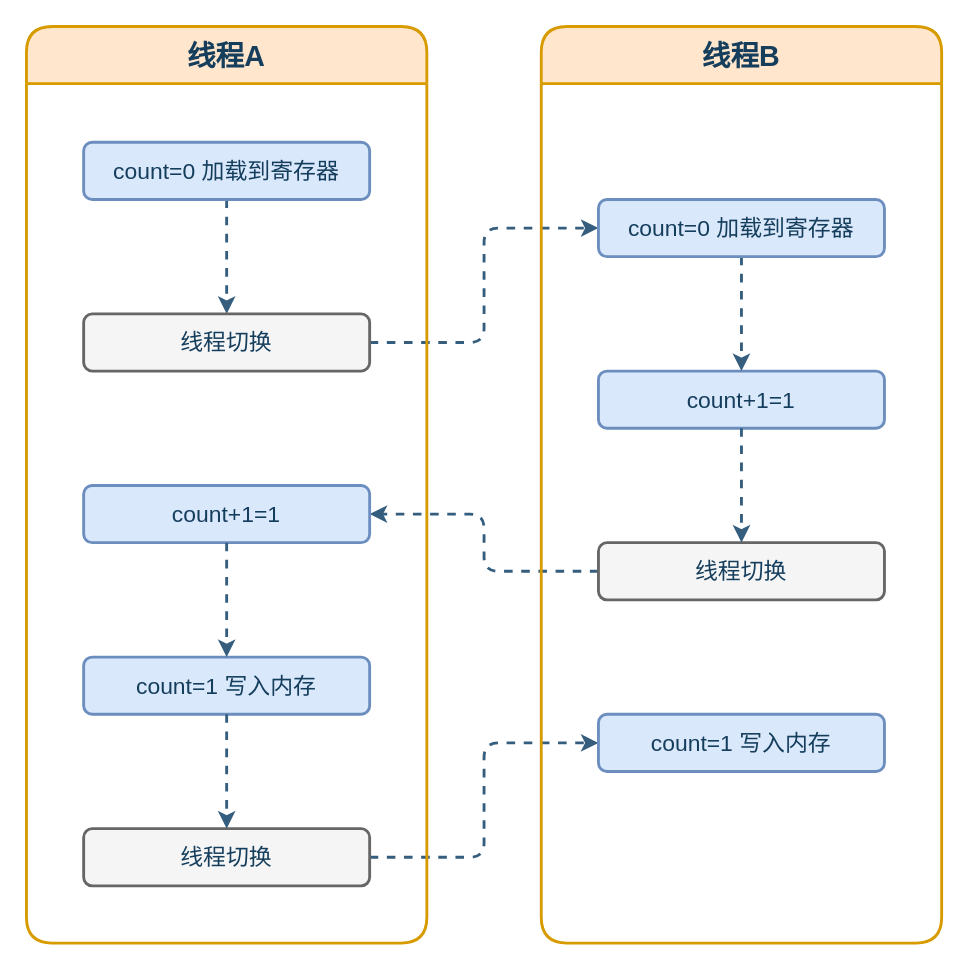
This is page "多线程执行" (4 of 4) of assets/Java/JavaCore/并发/Java并发之线程.drawio from dunwu/waterdrop, a draw.io file, before an edit. Source tidied: cells renumbered, new cells numbered last; positions are measured from the earlier drawing's top-left corner, leaving out a move shared by most shapes. Both pictures are drawn from the tidied source at 143%, with x=0, y=0 at pixel (26, 26).
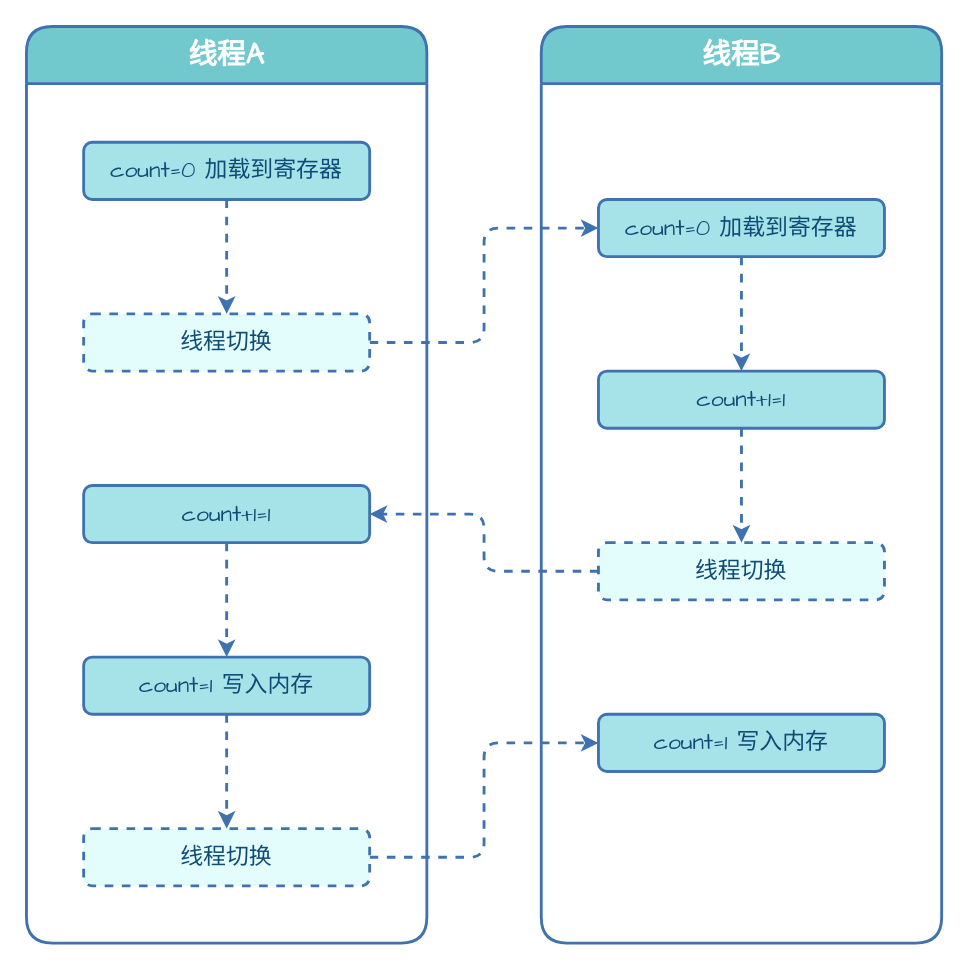
Above is the later version.

The edit, as a diff of the source:
```diff
@@
-    <mxCell id="2" style="edgeStyle=orthogonalEdgeStyle;shape=connector;rounded=0;jettySize=auto;html=1;entryX=0.5;entryY=0;entryDx=0;entryDy=0;dashed=1;labelBackgroundColor=default;strokeColor=#355E7E;strokeWidth=2;align=center;verticalAlign=middle;fontFamily=Helvetica;fontSize=11;fontColor=#153E5D;startArrow=none;startFill=0;endArrow=classic;" parent="1" edge="1" source="3" target="6">
+    <mxCell id="2" style="edgeStyle=orthogonalEdgeStyle;shape=connector;rounded=0;jettySize=auto;html=1;entryX=0.5;entryY=0;entryDx=0;entryDy=0;dashed=1;labelBackgroundColor=default;strokeColor=#3F72AF;strokeWidth=2;align=center;verticalAlign=middle;fontFamily=Comic Sans MS;fontSize=11;fontColor=#0F4C75;startArrow=none;startFill=0;endArrow=classic;" parent="1" edge="1" source="3" target="6">
       <mxGeometry relative="1" as="geometry" />
     </mxCell>
-    <mxCell id="3" value="count=0 加载到寄存器" style="rounded=1;whiteSpace=wrap;html=1;hachureGap=4;strokeColor=#6c8ebf;fontFamily=Helvetica;fontSize=16;fillColor=#dae8fc;fontStyle=0;shadow=0;strokeWidth=2;fontColor=#153E5D;" parent="1" vertex="1">
+    <mxCell id="3" value="count=0 加载到寄存器" style="rounded=1;whiteSpace=wrap;html=1;hachureGap=4;strokeColor=#3F72AF;fontFamily=Comic Sans MS;fontSize=16;fillColor=#A6E3E9;fontStyle=0;shadow=0;strokeWidth=2;fontColor=#0F4C75;" parent="1" vertex="1">
       <mxGeometry x="40" y="81" width="200" height="40" as="geometry" />
     </mxCell>
-    <mxCell id="4" style="edgeStyle=orthogonalEdgeStyle;rounded=0;orthogonalLoop=1;jettySize=auto;html=1;exitX=0.5;exitY=1;exitDx=0;exitDy=0;fontColor=#153E5D;fontFamily=Helvetica;strokeWidth=2;" parent="1" edge="1">
+    <mxCell id="4" style="edgeStyle=orthogonalEdgeStyle;rounded=0;orthogonalLoop=1;jettySize=auto;html=1;exitX=0.5;exitY=1;exitDx=0;exitDy=0;fontColor=#0F4C75;fontFamily=Comic Sans MS;strokeWidth=2;strokeColor=#3F72AF;" parent="1" edge="1">
       <mxGeometry relative="1" as="geometry">
         <mxPoint x="300" y="361" as="sourcePoint" />
         <mxPoint x="300" y="361" as="targetPoint" />
       </mxGeometry>
     </mxCell>
-    <mxCell id="5" style="edgeStyle=orthogonalEdgeStyle;shape=connector;rounded=1;jettySize=auto;html=1;entryX=0;entryY=0.5;entryDx=0;entryDy=0;dashed=1;labelBackgroundColor=default;strokeColor=#355E7E;strokeWidth=2;align=center;verticalAlign=middle;fontFamily=Helvetica;fontSize=11;fontColor=#153E5D;startArrow=none;startFill=0;endArrow=classic;" parent="1" edge="1" source="6" target="21">
+    <mxCell id="5" style="edgeStyle=orthogonalEdgeStyle;shape=connector;rounded=1;jettySize=auto;html=1;entryX=0;entryY=0.5;entryDx=0;entryDy=0;dashed=1;labelBackgroundColor=default;strokeColor=#3F72AF;strokeWidth=2;align=center;verticalAlign=middle;fontFamily=Comic Sans MS;fontSize=11;fontColor=#0F4C75;startArrow=none;startFill=0;endArrow=classic;" parent="1" edge="1" source="6" target="21">
       <mxGeometry relative="1" as="geometry" />
     </mxCell>
-    <mxCell id="6" value="线程切换" style="rounded=1;whiteSpace=wrap;html=1;hachureGap=4;strokeColor=#666666;fontFamily=Helvetica;fontSize=16;fillColor=#f5f5f5;fontStyle=0;shadow=0;fontColor=#153E5D;strokeWidth=2;" parent="1" vertex="1">
+    <mxCell id="6" value="线程切换" style="rounded=1;whiteSpace=wrap;html=1;hachureGap=4;strokeColor=#3F72AF;fontFamily=Comic Sans MS;fontSize=16;fillColor=#E3FDFD;fontStyle=0;shadow=0;fontColor=#0F4C75;strokeWidth=2;dashed=1;" parent="1" vertex="1">
       <mxGeometry x="40" y="201" width="200" height="40" as="geometry" />
     </mxCell>
-    <mxCell id="7" style="edgeStyle=orthogonalEdgeStyle;shape=connector;rounded=1;jettySize=auto;html=1;entryX=1;entryY=0.5;entryDx=0;entryDy=0;dashed=1;labelBackgroundColor=default;strokeColor=#355E7E;strokeWidth=2;align=center;verticalAlign=middle;fontFamily=Helvetica;fontSize=11;fontColor=#153E5D;startArrow=none;startFill=0;endArrow=classic;" parent="1" edge="1" source="19" target="10">
+    <mxCell id="7" style="edgeStyle=orthogonalEdgeStyle;shape=connector;rounded=1;jettySize=auto;html=1;entryX=1;entryY=0.5;entryDx=0;entryDy=0;dashed=1;labelBackgroundColor=default;strokeColor=#3F72AF;strokeWidth=2;align=center;verticalAlign=middle;fontFamily=Comic Sans MS;fontSize=11;fontColor=#0F4C75;startArrow=none;startFill=0;endArrow=classic;" parent="1" edge="1" source="19" target="10">
       <mxGeometry relative="1" as="geometry" />
     </mxCell>
-    <mxCell id="8" style="edgeStyle=orthogonalEdgeStyle;shape=connector;rounded=1;jettySize=auto;html=1;dashed=1;labelBackgroundColor=default;strokeColor=#355E7E;strokeWidth=2;align=center;verticalAlign=middle;fontFamily=Helvetica;fontSize=11;fontColor=#153E5D;startArrow=none;startFill=0;endArrow=classic;entryX=0;entryY=0.5;entryDx=0;entryDy=0;" parent="1" edge="1" source="13" target="18">
+    <mxCell id="8" style="edgeStyle=orthogonalEdgeStyle;shape=connector;rounded=1;jettySize=auto;html=1;dashed=1;labelBackgroundColor=default;strokeColor=#3F72AF;strokeWidth=2;align=center;verticalAlign=middle;fontFamily=Comic Sans MS;fontSize=11;fontColor=#0F4C75;startArrow=none;startFill=0;endArrow=classic;entryX=0;entryY=0.5;entryDx=0;entryDy=0;" parent="1" edge="1" source="13" target="18">
       <mxGeometry relative="1" as="geometry" />
     </mxCell>
-    <mxCell id="9" value="线程A" style="swimlane;whiteSpace=wrap;html=1;fontFamily=Helvetica;fontSize=20;fillColor=#ffe6cc;strokeColor=#d79b00;startSize=40;strokeWidth=2;fontColor=#153E5D;rounded=1;" parent="1" vertex="1">
+    <mxCell id="9" value="线程A" style="swimlane;whiteSpace=wrap;html=1;fontFamily=Comic Sans MS;fontSize=20;fillColor=#71C9CE;strokeColor=#3F72AF;startSize=40;strokeWidth=2;fontColor=#FFFFFF;rounded=1;" parent="1" vertex="1">
       <mxGeometry width="280" height="641" as="geometry" />
     </mxCell>
-    <mxCell id="10" value="count+1=1" style="rounded=1;whiteSpace=wrap;html=1;hachureGap=4;strokeColor=#6c8ebf;fontFamily=Helvetica;fontSize=16;fillColor=#dae8fc;fontStyle=0;shadow=0;strokeWidth=2;fontColor=#153E5D;" parent="9" vertex="1">
+    <mxCell id="10" value="count+1=1" style="rounded=1;whiteSpace=wrap;html=1;hachureGap=4;strokeColor=#3F72AF;fontFamily=Comic Sans MS;fontSize=16;fillColor=#A6E3E9;fontStyle=0;shadow=0;strokeWidth=2;fontColor=#0F4C75;" parent="9" vertex="1">
       <mxGeometry x="40" y="321" width="200" height="40" as="geometry" />
     </mxCell>
-    <mxCell id="11" value="count=1 写入内存" style="rounded=1;whiteSpace=wrap;html=1;hachureGap=4;strokeColor=#6c8ebf;fontFamily=Helvetica;fontSize=16;fillColor=#dae8fc;fontStyle=0;shadow=0;strokeWidth=2;fontColor=#153E5D;" parent="9" vertex="1">
+    <mxCell id="11" value="count=1 写入内存" style="rounded=1;whiteSpace=wrap;html=1;hachureGap=4;strokeColor=#3F72AF;fontFamily=Comic Sans MS;fontSize=16;fillColor=#A6E3E9;fontStyle=0;shadow=0;strokeWidth=2;fontColor=#0F4C75;" parent="9" vertex="1">
       <mxGeometry x="40" y="441" width="200" height="40" as="geometry" />
     </mxCell>
-    <mxCell id="12" style="edgeStyle=orthogonalEdgeStyle;shape=connector;rounded=0;jettySize=auto;html=1;dashed=1;labelBackgroundColor=default;strokeColor=#355E7E;strokeWidth=2;align=center;verticalAlign=middle;fontFamily=Helvetica;fontSize=11;fontColor=#153E5D;startArrow=none;startFill=0;endArrow=classic;" parent="9" edge="1" source="10" target="11">
+    <mxCell id="12" style="edgeStyle=orthogonalEdgeStyle;shape=connector;rounded=0;jettySize=auto;html=1;dashed=1;labelBackgroundColor=default;strokeColor=#3F72AF;strokeWidth=2;align=center;verticalAlign=middle;fontFamily=Comic Sans MS;fontSize=11;fontColor=#0F4C75;startArrow=none;startFill=0;endArrow=classic;" parent="9" edge="1" source="10" target="11">
       <mxGeometry relative="1" as="geometry" />
     </mxCell>
-    <mxCell id="13" value="线程切换" style="rounded=1;whiteSpace=wrap;html=1;hachureGap=4;strokeColor=#666666;fontFamily=Helvetica;fontSize=16;fillColor=#f5f5f5;fontStyle=0;shadow=0;fontColor=#153E5D;strokeWidth=2;" parent="9" vertex="1">
+    <mxCell id="13" value="线程切换" style="rounded=1;whiteSpace=wrap;html=1;hachureGap=4;strokeColor=#3F72AF;fontFamily=Comic Sans MS;fontSize=16;fillColor=#E3FDFD;fontStyle=0;shadow=0;fontColor=#0F4C75;strokeWidth=2;dashed=1;" parent="9" vertex="1">
       <mxGeometry x="40" y="561" width="200" height="40" as="geometry" />
     </mxCell>
-    <mxCell id="14" style="edgeStyle=orthogonalEdgeStyle;shape=connector;rounded=0;jettySize=auto;html=1;dashed=1;labelBackgroundColor=default;strokeColor=#355E7E;strokeWidth=2;align=center;verticalAlign=middle;fontFamily=Helvetica;fontSize=11;fontColor=#153E5D;startArrow=none;startFill=0;endArrow=classic;" parent="9" edge="1" source="11" target="13">
+    <mxCell id="14" style="edgeStyle=orthogonalEdgeStyle;shape=connector;rounded=0;jettySize=auto;html=1;dashed=1;labelBackgroundColor=default;strokeColor=#3F72AF;strokeWidth=2;align=center;verticalAlign=middle;fontFamily=Comic Sans MS;fontSize=11;fontColor=#0F4C75;startArrow=none;startFill=0;endArrow=classic;" parent="9" edge="1" source="11" target="13">
       <mxGeometry relative="1" as="geometry" />
     </mxCell>
-    <mxCell id="15" value="线程B" style="swimlane;whiteSpace=wrap;html=1;fontFamily=Helvetica;fontSize=20;fillColor=#ffe6cc;strokeColor=#d79b00;startSize=40;strokeWidth=2;fontColor=#153E5D;rounded=1;" parent="1" vertex="1">
+    <mxCell id="15" value="线程B" style="swimlane;whiteSpace=wrap;html=1;fontFamily=Comic Sans MS;fontSize=20;fillColor=#71C9CE;strokeColor=#3F72AF;startSize=40;strokeWidth=2;fontColor=#FFFFFF;rounded=1;" parent="1" vertex="1">
       <mxGeometry x="360" width="280" height="641" as="geometry" />
     </mxCell>
-    <mxCell id="16" value="count+1=1" style="rounded=1;whiteSpace=wrap;html=1;hachureGap=4;strokeColor=#6c8ebf;fontFamily=Helvetica;fontSize=16;fillColor=#dae8fc;fontStyle=0;shadow=0;strokeWidth=2;fontColor=#153E5D;" parent="15" vertex="1">
+    <mxCell id="16" value="count+1=1" style="rounded=1;whiteSpace=wrap;html=1;hachureGap=4;strokeColor=#3F72AF;fontFamily=Comic Sans MS;fontSize=16;fillColor=#A6E3E9;fontStyle=0;shadow=0;strokeWidth=2;fontColor=#0F4C75;" parent="15" vertex="1">
       <mxGeometry x="40" y="241" width="200" height="40" as="geometry" />
     </mxCell>
-    <mxCell id="17" style="edgeStyle=orthogonalEdgeStyle;shape=connector;rounded=0;jettySize=auto;html=1;dashed=1;labelBackgroundColor=default;strokeColor=#355E7E;strokeWidth=2;align=center;verticalAlign=middle;fontFamily=Helvetica;fontSize=11;fontColor=#153E5D;startArrow=none;startFill=0;endArrow=classic;exitX=0.5;exitY=1;exitDx=0;exitDy=0;" parent="15" edge="1" source="21" target="16">
+    <mxCell id="17" style="edgeStyle=orthogonalEdgeStyle;shape=connector;rounded=0;jettySize=auto;html=1;dashed=1;labelBackgroundColor=default;strokeColor=#3F72AF;strokeWidth=2;align=center;verticalAlign=middle;fontFamily=Comic Sans MS;fontSize=11;fontColor=#0F4C75;startArrow=none;startFill=0;endArrow=classic;exitX=0.5;exitY=1;exitDx=0;exitDy=0;" parent="15" edge="1" source="21" target="16">
       <mxGeometry relative="1" as="geometry" />
     </mxCell>
-    <mxCell id="18" value="count=1 写入内存" style="rounded=1;whiteSpace=wrap;html=1;hachureGap=4;strokeColor=#6c8ebf;fontFamily=Helvetica;fontSize=16;fillColor=#dae8fc;fontStyle=0;shadow=0;strokeWidth=2;fontColor=#153E5D;" parent="15" vertex="1">
+    <mxCell id="18" value="count=1 写入内存" style="rounded=1;whiteSpace=wrap;html=1;hachureGap=4;strokeColor=#3F72AF;fontFamily=Comic Sans MS;fontSize=16;fillColor=#A6E3E9;fontStyle=0;shadow=0;strokeWidth=2;fontColor=#0F4C75;" parent="15" vertex="1">
       <mxGeometry x="40" y="481" width="200" height="40" as="geometry" />
     </mxCell>
-    <mxCell id="19" value="线程切换" style="rounded=1;whiteSpace=wrap;html=1;hachureGap=4;strokeColor=#666666;fontFamily=Helvetica;fontSize=16;fillColor=#f5f5f5;fontStyle=0;shadow=0;fontColor=#153E5D;strokeWidth=2;" parent="15" vertex="1">
+    <mxCell id="19" value="线程切换" style="rounded=1;whiteSpace=wrap;html=1;hachureGap=4;strokeColor=#3F72AF;fontFamily=Comic Sans MS;fontSize=16;fillColor=#E3FDFD;fontStyle=0;shadow=0;fontColor=#0F4C75;strokeWidth=2;dashed=1;" parent="15" vertex="1">
       <mxGeometry x="40" y="361" width="200" height="40" as="geometry" />
     </mxCell>
-    <mxCell id="20" style="edgeStyle=orthogonalEdgeStyle;shape=connector;rounded=0;jettySize=auto;html=1;dashed=1;labelBackgroundColor=default;strokeColor=#355E7E;strokeWidth=2;align=center;verticalAlign=middle;fontFamily=Helvetica;fontSize=11;fontColor=#153E5D;startArrow=none;startFill=0;endArrow=classic;" parent="15" edge="1" source="16" target="19">
+    <mxCell id="20" style="edgeStyle=orthogonalEdgeStyle;shape=connector;rounded=0;jettySize=auto;html=1;dashed=1;labelBackgroundColor=default;strokeColor=#3F72AF;strokeWidth=2;align=center;verticalAlign=middle;fontFamily=Comic Sans MS;fontSize=11;fontColor=#0F4C75;startArrow=none;startFill=0;endArrow=classic;" parent="15" edge="1" source="16" target="19">
       <mxGeometry relative="1" as="geometry" />
     </mxCell>
-    <mxCell id="21" value="count=0 加载到寄存器" style="rounded=1;whiteSpace=wrap;html=1;hachureGap=4;strokeColor=#6c8ebf;fontFamily=Helvetica;fontSize=16;fillColor=#dae8fc;fontStyle=0;shadow=0;strokeWidth=2;fontColor=#153E5D;" parent="15" vertex="1">
+    <mxCell id="21" value="count=0 加载到寄存器" style="rounded=1;whiteSpace=wrap;html=1;hachureGap=4;strokeColor=#3F72AF;fontFamily=Comic Sans MS;fontSize=16;fillColor=#A6E3E9;fontStyle=0;shadow=0;strokeWidth=2;fontColor=#0F4C75;" parent="15" vertex="1">
       <mxGeometry x="40" y="121" width="200" height="40" as="geometry" />
     </mxCell>
```
